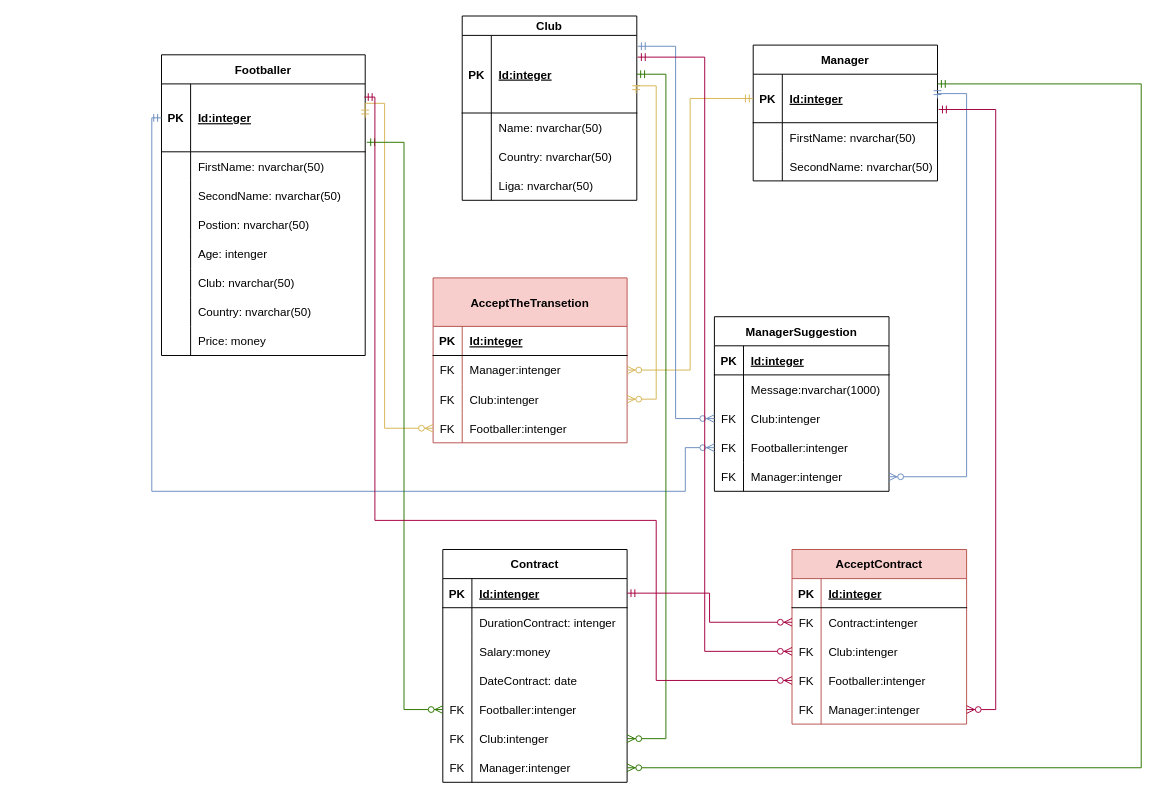
ErifKcalb/Uchebnya-Praktika-1 keeps this draw.io diagram as Diagrams/ERupdate1.drawio. Above is the earlier version. Source tidied: cells renumbered, new cells numbered last; positions are measured from the earlier drawing's top-left corner, leaving out a move shared by most shapes. Both pictures are drawn from the tidied source at 97%, with x=0, y=0 at pixel (151, 16).
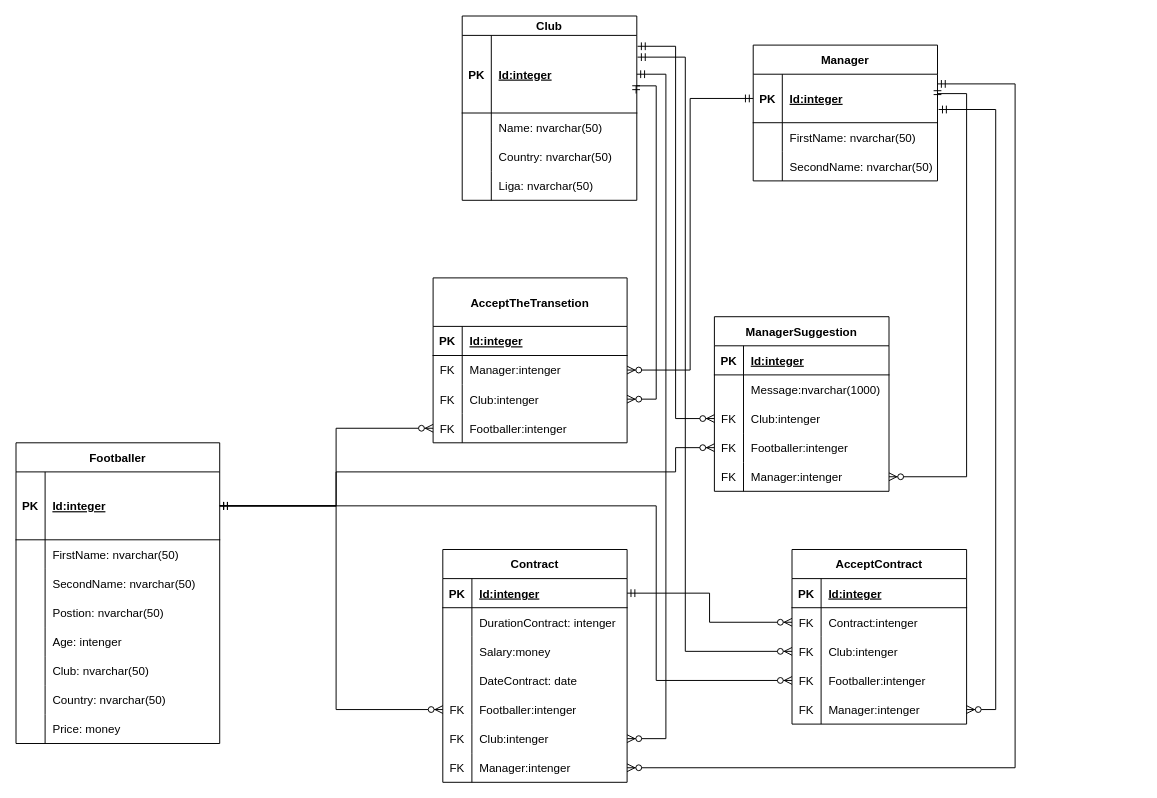
The same diagram, later.

Unchanged cells that the change refers to:
```xml
<mxCell id="3" style="shape=partialRectangle;fillColor=none;top=0;left=0;bottom=1;right=0;points=[[0,0.5],[1,0.5]];portConstraint=eastwest;" parent="2" vertex="1">
  <mxGeometry y="30" width="210" height="70" as="geometry" />
</mxCell>
<mxCell id="28" style="shape=partialRectangle;fillColor=none;top=0;left=0;bottom=1;right=0;points=[[0,0.5],[1,0.5]];portConstraint=eastwest;" parent="27" vertex="1">
  <mxGeometry y="30" width="190" height="50" as="geometry" />
</mxCell>
<mxCell id="38" style="shape=partialRectangle;fillColor=none;top=0;left=0;bottom=1;right=0;points=[[0,0.5],[1,0.5]];portConstraint=eastwest;" parent="37" vertex="1">
  <mxGeometry y="20" width="180" height="80" as="geometry" />
</mxCell>
<mxCell id="54" style="shape=partialRectangle;fillColor=none;top=0;left=0;bottom=0;right=0;points=[[0,0.5],[1,0.5]];portConstraint=eastwest;" parent="50" vertex="1">
  <mxGeometry y="80" width="200" height="30" as="geometry" />
</mxCell>
<mxCell id="57" style="shape=partialRectangle;fillColor=none;top=0;left=0;bottom=0;right=0;points=[[0,0.5],[1,0.5]];portConstraint=eastwest;" parent="50" vertex="1">
  <mxGeometry y="110" width="200" height="30" as="geometry" />
</mxCell>
<mxCell id="60" style="shape=partialRectangle;fillColor=none;top=0;left=0;bottom=0;right=0;points=[[0,0.5],[1,0.5]];portConstraint=eastwest;" parent="50" vertex="1">
  <mxGeometry y="140" width="200" height="30" as="geometry" />
</mxCell>
<mxCell id="70" style="shape=partialRectangle;fillColor=none;top=0;left=0;bottom=0;right=0;points=[[0,0.5],[1,0.5]];portConstraint=eastwest;" parent="63" vertex="1">
  <mxGeometry y="90" width="180" height="30" as="geometry" />
</mxCell>
<mxCell id="73" style="shape=partialRectangle;fillColor=none;top=0;left=0;bottom=0;right=0;points=[[0,0.5],[1,0.5]];portConstraint=eastwest;" parent="63" vertex="1">
  <mxGeometry y="120" width="180" height="30" as="geometry" />
</mxCell>
<mxCell id="76" style="shape=partialRectangle;fillColor=none;top=0;left=0;bottom=0;right=0;points=[[0,0.5],[1,0.5]];portConstraint=eastwest;" parent="63" vertex="1">
  <mxGeometry y="150" width="180" height="30" as="geometry" />
</mxCell>
<mxCell id="83" style="shape=partialRectangle;fillColor=none;top=0;left=0;bottom=0;right=0;points=[[0,0.5],[1,0.5]];portConstraint=eastwest;" parent="79" vertex="1">
  <mxGeometry y="60" width="180" height="30" as="geometry" />
</mxCell>
<mxCell id="86" style="shape=partialRectangle;fillColor=none;top=0;left=0;bottom=0;right=0;points=[[0,0.5],[1,0.5]];portConstraint=eastwest;" parent="79" vertex="1">
  <mxGeometry y="90" width="180" height="30" as="geometry" />
</mxCell>
<mxCell id="89" style="shape=partialRectangle;fillColor=none;top=0;left=0;bottom=0;right=0;points=[[0,0.5],[1,0.5]];portConstraint=eastwest;" parent="79" vertex="1">
  <mxGeometry y="120" width="180" height="30" as="geometry" />
</mxCell>
<mxCell id="92" style="shape=partialRectangle;fillColor=none;top=0;left=0;bottom=0;right=0;points=[[0,0.5],[1,0.5]];portConstraint=eastwest;" parent="79" vertex="1">
  <mxGeometry y="150" width="180" height="30" as="geometry" />
</mxCell>
<mxCell id="96" style="shape=partialRectangle;fillColor=none;top=0;left=0;bottom=1;right=0;points=[[0,0.5],[1,0.5]];portConstraint=eastwest;" parent="95" vertex="1">
  <mxGeometry y="30" width="190" height="30" as="geometry" />
</mxCell>
<mxCell id="108" style="shape=partialRectangle;fillColor=none;top=0;left=0;bottom=0;right=0;points=[[0,0.5],[1,0.5]];portConstraint=eastwest;" parent="95" vertex="1">
  <mxGeometry y="150" width="190" height="30" as="geometry" />
</mxCell>
<mxCell id="111" style="shape=partialRectangle;fillColor=none;top=0;left=0;bottom=0;right=0;points=[[0,0.5],[1,0.5]];portConstraint=eastwest;" parent="95" vertex="1">
  <mxGeometry y="180" width="190" height="30" as="geometry" />
</mxCell>
<mxCell id="114" style="shape=partialRectangle;fillColor=none;top=0;left=0;bottom=0;right=0;points=[[0,0.5],[1,0.5]];portConstraint=eastwest;" parent="95" vertex="1">
  <mxGeometry y="210" width="190" height="30" as="geometry" />
</mxCell>
```

Diff of the diagram source:
```diff
@@
     <mxCell id="2" value="Footballer" style="shape=table;startSize=30;childLayout=tableLayout;rowLines=0;fontStyle=1;align=center;" parent="1" vertex="1">
-      <mxGeometry x="10" y="40" width="210" height="310" as="geometry" />
+      <mxGeometry x="-140" y="440" width="210" height="310" as="geometry" />
     </mxCell>
@@
-    <mxCell id="50" value="AcceptTheTransetion" style="shape=table;startSize=50;childLayout=tableLayout;rowLines=0;fontStyle=1;align=center;fillColor=#f8cecc;strokeColor=#b85450;" parent="1" vertex="1">
+    <mxCell id="50" value="AcceptTheTransetion" style="shape=table;startSize=50;childLayout=tableLayout;rowLines=0;fontStyle=1;align=center;" parent="1" vertex="1">
       <mxGeometry x="290" y="270" width="200" height="170" as="geometry" />
     </mxCell>
@@
-    <mxCell id="79" value="AcceptContract" style="shape=table;startSize=30;childLayout=tableLayout;rowLines=0;fontStyle=1;align=center;fillColor=#f8cecc;strokeColor=#b85450;" parent="1" vertex="1">
+    <mxCell id="79" value="AcceptContract" style="shape=table;startSize=30;childLayout=tableLayout;rowLines=0;fontStyle=1;align=center;" parent="1" vertex="1">
       <mxGeometry x="660" y="550" width="180" height="180" as="geometry" />
     </mxCell>
@@
-    <mxCell id="117" style="edgeStyle=orthogonalEdgeStyle;fontSize=12;html=1;endArrow=ERzeroToMany;startArrow=ERmandOne;rounded=0;exitX=1;exitY=0.5;exitDx=0;exitDy=0;fillColor=#fff2cc;strokeColor=#d6b656;" parent="1" edge="1" source="3" target="60">
+    <mxCell id="117" style="edgeStyle=orthogonalEdgeStyle;fontSize=12;html=1;endArrow=ERzeroToMany;startArrow=ERmandOne;rounded=0;exitX=1;exitY=0.5;exitDx=0;exitDy=0;" parent="1" edge="1" source="3" target="60">
       <mxGeometry relative="1" as="geometry">
         <Array as="points">
-          <mxPoint x="240" y="90" />
-          <mxPoint x="240" y="425" />
+          <mxPoint x="190" y="505" />
+          <mxPoint x="190" y="425" />
         </Array>
       </mxGeometry>
     </mxCell>
-    <mxCell id="118" style="edgeStyle=orthogonalEdgeStyle;fontSize=12;html=1;endArrow=ERzeroToMany;startArrow=ERmandOne;rounded=0;exitX=1;exitY=0.5;exitDx=0;exitDy=0;fillColor=#dae8fc;strokeColor=#6c8ebf;" parent="1" edge="1" source="28" target="76">
+    <mxCell id="118" style="edgeStyle=orthogonalEdgeStyle;fontSize=12;html=1;endArrow=ERzeroToMany;startArrow=ERmandOne;rounded=0;exitX=1;exitY=0.5;exitDx=0;exitDy=0;" parent="1" edge="1" source="28" target="76">
       <mxGeometry relative="1" as="geometry">
         <Array as="points">
           <mxPoint x="840" y="80" />
           <mxPoint x="840" y="475" />
         </Array>
       </mxGeometry>
     </mxCell>
-    <mxCell id="119" style="edgeStyle=orthogonalEdgeStyle;fontSize=12;html=1;endArrow=ERzeroToMany;startArrow=ERmandOne;rounded=0;exitX=0;exitY=0.5;exitDx=0;exitDy=0;entryX=1;entryY=0.5;entryDx=0;entryDy=0;fillColor=#fff2cc;strokeColor=#d6b656;" parent="1" edge="1" source="28" target="54">
+    <mxCell id="119" style="edgeStyle=orthogonalEdgeStyle;fontSize=12;html=1;endArrow=ERzeroToMany;startArrow=ERmandOne;rounded=0;exitX=0;exitY=0.5;exitDx=0;exitDy=0;entryX=1;entryY=0.5;entryDx=0;entryDy=0;" parent="1" edge="1" source="28" target="54">
       <mxGeometry relative="1" as="geometry" />
     </mxCell>
-    <mxCell id="120" style="edgeStyle=orthogonalEdgeStyle;fontSize=12;html=1;endArrow=ERzeroToMany;startArrow=ERmandOne;rounded=0;exitX=1.004;exitY=0.14;exitDx=0;exitDy=0;exitPerimeter=0;entryX=0;entryY=0.5;entryDx=0;entryDy=0;fillColor=#dae8fc;strokeColor=#6c8ebf;" parent="1" edge="1" source="38" target="70">
+    <mxCell id="120" style="edgeStyle=orthogonalEdgeStyle;fontSize=12;html=1;endArrow=ERzeroToMany;startArrow=ERmandOne;rounded=0;exitX=1.004;exitY=0.14;exitDx=0;exitDy=0;exitPerimeter=0;entryX=0;entryY=0.5;entryDx=0;entryDy=0;" parent="1" edge="1" source="38" target="70">
       <mxGeometry relative="1" as="geometry" />
     </mxCell>
-    <mxCell id="121" style="edgeStyle=orthogonalEdgeStyle;fontSize=12;html=1;endArrow=ERzeroToMany;startArrow=ERmandOne;rounded=0;exitX=0;exitY=0.5;exitDx=0;exitDy=0;fillColor=#dae8fc;strokeColor=#6c8ebf;" parent="1" edge="1" source="3" target="73">
+    <mxCell id="121" style="edgeStyle=orthogonalEdgeStyle;fontSize=12;html=1;endArrow=ERzeroToMany;startArrow=ERmandOne;rounded=0;exitX=1;exitY=0.5;exitDx=0;exitDy=0;" parent="1" edge="1" source="3" target="73">
       <mxGeometry relative="1" as="geometry">
         <Array as="points">
-          <mxPoint y="105" />
-          <mxPoint y="490" />
-          <mxPoint x="550" y="490" />
-          <mxPoint x="550" y="445" />
+          <mxPoint x="190" y="505" />
+          <mxPoint x="190" y="470" />
+          <mxPoint x="540" y="470" />
+          <mxPoint x="540" y="445" />
         </Array>
       </mxGeometry>
     </mxCell>
-    <mxCell id="122" style="edgeStyle=orthogonalEdgeStyle;fontSize=12;html=1;endArrow=ERzeroToMany;startArrow=ERmandOne;rounded=0;exitX=1.008;exitY=0.86;exitDx=0;exitDy=0;exitPerimeter=0;fillColor=#60a917;strokeColor=#2D7600;" parent="1" edge="1" source="3" target="108">
-      <mxGeometry relative="1" as="geometry" />
+    <mxCell id="122" style="edgeStyle=orthogonalEdgeStyle;fontSize=12;html=1;endArrow=ERzeroToMany;startArrow=ERmandOne;rounded=0;exitX=1;exitY=0.5;exitDx=0;exitDy=0;" parent="1" edge="1" source="3" target="108">
+      <mxGeometry relative="1" as="geometry">
+        <Array as="points">
+          <mxPoint x="190" y="505" />
+          <mxPoint x="190" y="715" />
+        </Array>
+      </mxGeometry>
     </mxCell>
-    <mxCell id="123" style="edgeStyle=entityRelationEdgeStyle;fontSize=12;html=1;endArrow=ERzeroToMany;startArrow=ERmandOne;rounded=0;entryX=1;entryY=0.5;entryDx=0;entryDy=0;fillColor=#60a917;strokeColor=#2D7600;" parent="1" edge="1" source="38" target="111">
+    <mxCell id="123" style="edgeStyle=entityRelationEdgeStyle;fontSize=12;html=1;endArrow=ERzeroToMany;startArrow=ERmandOne;rounded=0;entryX=1;entryY=0.5;entryDx=0;entryDy=0;" parent="1" edge="1" source="38" target="111">
       <mxGeometry relative="1" as="geometry" />
     </mxCell>
-    <mxCell id="124" style="edgeStyle=orthogonalEdgeStyle;fontSize=12;html=1;endArrow=ERzeroToMany;startArrow=ERmandOne;rounded=0;entryX=1;entryY=0.5;entryDx=0;entryDy=0;exitX=0.996;exitY=0.749;exitDx=0;exitDy=0;exitPerimeter=0;fillColor=#fff2cc;strokeColor=#d6b656;" parent="1" edge="1" source="38" target="57">
+    <mxCell id="124" style="edgeStyle=orthogonalEdgeStyle;fontSize=12;html=1;endArrow=ERzeroToMany;startArrow=ERmandOne;rounded=0;entryX=1;entryY=0.5;entryDx=0;entryDy=0;exitX=0.996;exitY=0.749;exitDx=0;exitDy=0;exitPerimeter=0;" parent="1" edge="1" source="38" target="57">
       <mxGeometry relative="1" as="geometry">
         <Array as="points">
           <mxPoint x="520" y="72" />
           <mxPoint x="520" y="395" />
         </Array>
       </mxGeometry>
     </mxCell>
-    <mxCell id="125" style="edgeStyle=orthogonalEdgeStyle;fontSize=12;html=1;endArrow=ERzeroToMany;startArrow=ERmandOne;rounded=0;entryX=1;entryY=0.5;entryDx=0;entryDy=0;fillColor=#60a917;strokeColor=#2D7600;" parent="1" edge="1" source="28" target="114">
+    <mxCell id="125" style="edgeStyle=orthogonalEdgeStyle;fontSize=12;html=1;endArrow=ERzeroToMany;startArrow=ERmandOne;rounded=0;entryX=1;entryY=0.5;entryDx=0;entryDy=0;" parent="1" edge="1" source="28" target="114">
       <mxGeometry relative="1" as="geometry">
         <Array as="points">
-          <mxPoint x="1020" y="70" />
-          <mxPoint x="1020" y="775" />
+          <mxPoint x="890" y="70" />
+          <mxPoint x="890" y="775" />
         </Array>
       </mxGeometry>
     </mxCell>
@@
-    <mxCell id="127" style="edgeStyle=orthogonalEdgeStyle;fontSize=12;html=1;endArrow=ERzeroToMany;startArrow=ERmandOne;rounded=0;fillColor=#d80073;strokeColor=#A50040;" parent="1" edge="1" source="96" target="83">
+    <mxCell id="127" style="edgeStyle=orthogonalEdgeStyle;fontSize=12;html=1;endArrow=ERzeroToMany;startArrow=ERmandOne;rounded=0;" parent="1" edge="1" source="96" target="83">
       <mxGeometry relative="1" as="geometry" />
     </mxCell>
-    <mxCell id="128" style="edgeStyle=orthogonalEdgeStyle;fontSize=12;html=1;endArrow=ERzeroToMany;startArrow=ERmandOne;rounded=0;exitX=1.004;exitY=0.28;exitDx=0;exitDy=0;exitPerimeter=0;fillColor=#d80073;strokeColor=#A50040;" parent="1" edge="1" source="38" target="86">
+    <mxCell id="128" style="edgeStyle=orthogonalEdgeStyle;fontSize=12;html=1;endArrow=ERzeroToMany;startArrow=ERmandOne;rounded=0;exitX=1.004;exitY=0.28;exitDx=0;exitDy=0;exitPerimeter=0;" parent="1" edge="1" source="38" target="86">
       <mxGeometry relative="1" as="geometry">
         <Array as="points">
-          <mxPoint x="570" y="42" />
-          <mxPoint x="570" y="655" />
+          <mxPoint x="550" y="42" />
+          <mxPoint x="550" y="655" />
         </Array>
       </mxGeometry>
     </mxCell>
-    <mxCell id="129" style="edgeStyle=orthogonalEdgeStyle;fontSize=12;html=1;endArrow=ERzeroToMany;startArrow=ERmandOne;rounded=0;exitX=0.996;exitY=0.194;exitDx=0;exitDy=0;exitPerimeter=0;fillColor=#d80073;strokeColor=#A50040;" parent="1" edge="1" source="3" target="89">
+    <mxCell id="129" style="edgeStyle=orthogonalEdgeStyle;fontSize=12;html=1;endArrow=ERzeroToMany;startArrow=ERmandOne;rounded=0;exitX=1;exitY=0.5;exitDx=0;exitDy=0;" parent="1" edge="1" source="3" target="89">
       <mxGeometry relative="1" as="geometry">
         <Array as="points">
-          <mxPoint x="230" y="84" />
-          <mxPoint x="230" y="520" />
-          <mxPoint x="520" y="520" />
+          <mxPoint x="520" y="505" />
           <mxPoint x="520" y="685" />
         </Array>
       </mxGeometry>
     </mxCell>
-    <mxCell id="130" style="edgeStyle=entityRelationEdgeStyle;fontSize=12;html=1;endArrow=ERzeroToMany;startArrow=ERmandOne;rounded=0;exitX=1.006;exitY=0.728;exitDx=0;exitDy=0;exitPerimeter=0;fillColor=#d80073;strokeColor=#A50040;" parent="1" edge="1" source="28" target="92">
+    <mxCell id="130" style="edgeStyle=entityRelationEdgeStyle;fontSize=12;html=1;endArrow=ERzeroToMany;startArrow=ERmandOne;rounded=0;exitX=1.006;exitY=0.728;exitDx=0;exitDy=0;exitPerimeter=0;" parent="1" edge="1" source="28" target="92">
       <mxGeometry relative="1" as="geometry" />
     </mxCell>
```
